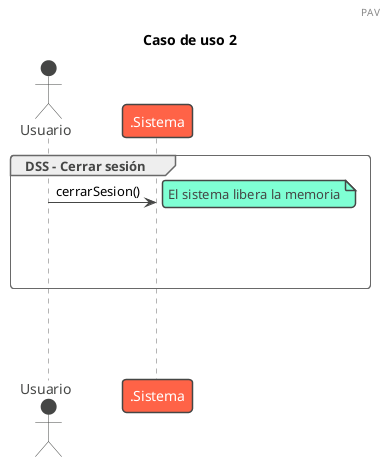
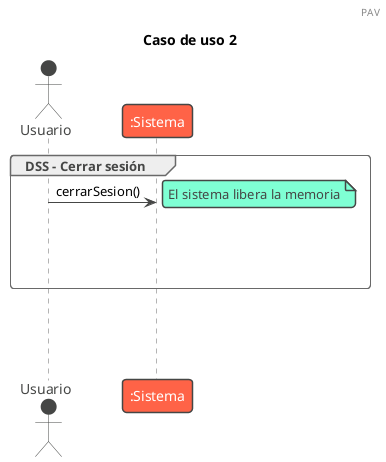
@startuml cerrarSesion
!theme vibrant
header PAV


title Caso de uso 2

group DSS - Cerrar sesión

Actor Usuario

note left of Usuario #aqua
end note

note left of Usuario #aqua
end note


- Usuario -> .Sistema : cerrarSesion()
+ Usuario -> ":Sistema" : cerrarSesion()
note right: El sistema libera la memoria



|||
|||
|||
end
|||
|||
|||
@enduml